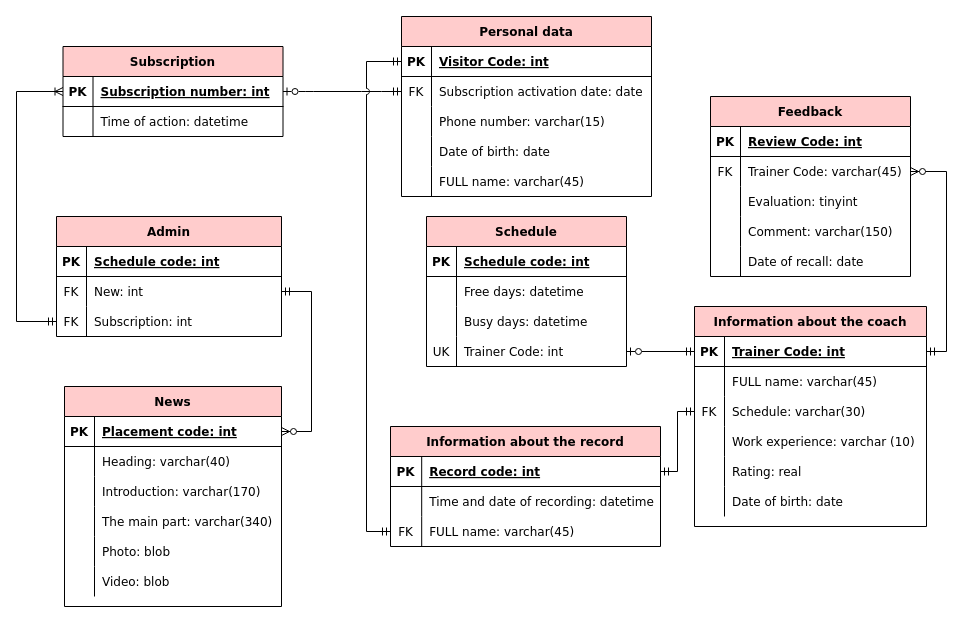
yuliapyrikova/- keeps this draw.io diagram as page "Page-2" (2 of 2) of Diagrams/ER3.drawio. Above is the earlier version. Source tidied: cells renumbered, new cells numbered last; positions are measured from the earlier drawing's top-left corner, leaving out a move shared by most shapes. Both pictures are drawn from the tidied source at 100%, with x=0, y=0 at pixel (16, 16).
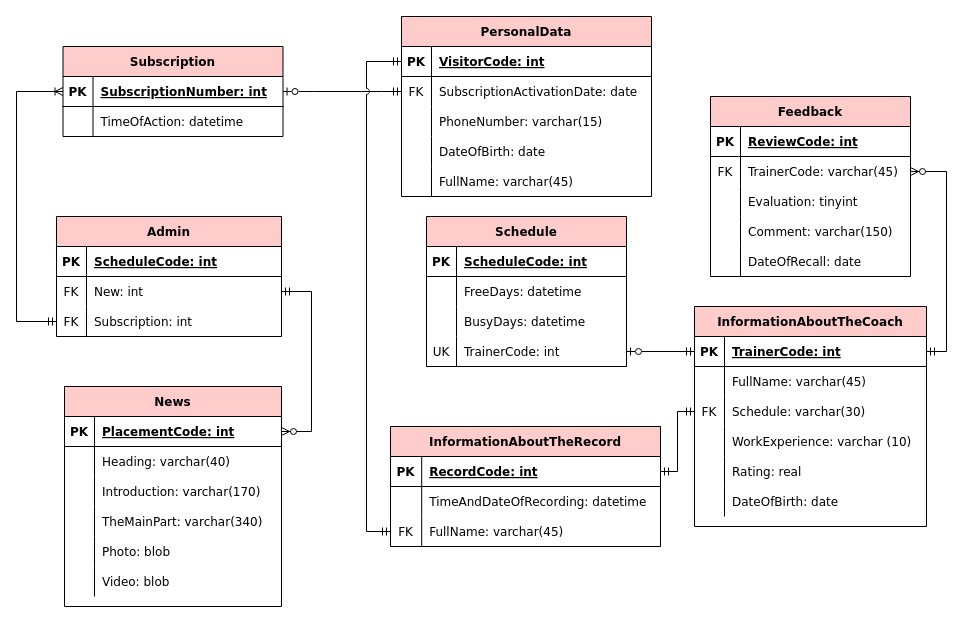
Above is the later version.

The change refers to these unchanged cells:
```xml
<mxCell id="3" style="shape=partialRectangle;fillColor=none;points=[[0,0.5],[1,0.5]];portConstraint=eastwest;top=0;left=0;right=0;bottom=1;strokeColor=#000000;fontColor=#000000;fontFamily=Verdana;" parent="2" vertex="1">
  <mxGeometry y="30" width="250" height="30" as="geometry" />
</mxCell>
<mxCell id="6" style="shape=partialRectangle;fillColor=none;points=[[0,0.5],[1,0.5]];portConstraint=eastwest;top=0;left=0;right=0;bottom=0;strokeColor=#000000;fontColor=#000000;fontFamily=Verdana;" parent="2" vertex="1">
  <mxGeometry y="60" width="250" height="30" as="geometry" />
</mxCell>
<mxCell id="9" style="shape=partialRectangle;fillColor=none;top=0;left=0;right=0;bottom=0;strokeColor=#000000;fontColor=#000000;fontFamily=Verdana;" parent="2" vertex="1">
  <mxGeometry y="90" width="250" height="30" as="geometry" />
</mxCell>
<mxCell id="12" style="shape=partialRectangle;fillColor=none;top=0;left=0;bottom=0;right=0;strokeColor=#000000;fontColor=#000000;fontFamily=Verdana;" parent="2" vertex="1">
  <mxGeometry y="120" width="250" height="30" as="geometry" />
</mxCell>
<mxCell id="15" style="shape=partialRectangle;fillColor=none;top=0;left=0;bottom=0;right=0;strokeColor=#000000;fontColor=#000000;fontFamily=Verdana;" parent="2" vertex="1">
  <mxGeometry y="150" width="250" height="30" as="geometry" />
</mxCell>
<mxCell id="19" style="shape=partialRectangle;fillColor=none;top=0;left=0;right=0;bottom=1;strokeColor=#000000;fontColor=#000000;fontFamily=Verdana;" parent="18" vertex="1">
  <mxGeometry y="30" width="200" height="30" as="geometry" />
</mxCell>
<mxCell id="22" style="shape=partialRectangle;fillColor=none;top=0;left=0;right=0;bottom=0;strokeColor=#000000;fontColor=#000000;fontFamily=Verdana;" parent="18" vertex="1">
  <mxGeometry y="60" width="200" height="30" as="geometry" />
</mxCell>
<mxCell id="25" style="shape=partialRectangle;fillColor=none;top=0;left=0;right=0;bottom=0;strokeColor=#000000;fontColor=#000000;fontFamily=Verdana;" parent="18" vertex="1">
  <mxGeometry y="90" width="200" height="30" as="geometry" />
</mxCell>
<mxCell id="28" style="shape=partialRectangle;fillColor=none;top=0;left=0;bottom=0;right=0;points=[[0,0.5],[1,0.5]];portConstraint=eastwest;strokeColor=#000000;fontColor=#000000;fontFamily=Verdana;" parent="18" vertex="1">
  <mxGeometry y="120" width="200" height="30" as="geometry" />
</mxCell>
<mxCell id="32" style="shape=partialRectangle;fillColor=none;points=[[0,0.5],[1,0.5]];portConstraint=eastwest;top=0;left=0;right=0;bottom=1;strokeColor=#000000;fontColor=#000000;fontFamily=Verdana;" parent="31" vertex="1">
  <mxGeometry y="30" width="220" height="30" as="geometry" />
</mxCell>
<mxCell id="35" style="shape=partialRectangle;fillColor=none;top=0;left=0;bottom=0;right=0;strokeColor=#000000;fontColor=#000000;fontFamily=Verdana;" parent="31" vertex="1">
  <mxGeometry y="60" width="220" height="30" as="geometry" />
</mxCell>
<mxCell id="40" style="shape=partialRectangle;fillColor=none;top=0;left=0;bottom=1;right=0;points=[[0,0.5],[1,0.5]];portConstraint=eastwest;strokeColor=#000000;fontColor=#000000;fontFamily=Verdana;" parent="39" vertex="1">
  <mxGeometry y="30" width="232" height="30" as="geometry" />
</mxCell>
<mxCell id="43" style="shape=partialRectangle;fillColor=none;top=0;left=0;bottom=0;right=0;strokeColor=#000000;fontColor=#000000;fontFamily=Verdana;" parent="39" vertex="1">
  <mxGeometry y="60" width="232" height="30" as="geometry" />
</mxCell>
<mxCell id="49" style="shape=partialRectangle;fillColor=none;top=0;left=0;bottom=0;right=0;strokeColor=#000000;fontColor=#000000;fontFamily=Verdana;" parent="39" vertex="1">
  <mxGeometry y="120" width="232" height="30" as="geometry" />
</mxCell>
<mxCell id="55" style="shape=partialRectangle;fillColor=none;top=0;left=0;bottom=0;right=0;strokeColor=#000000;fontColor=#000000;fontFamily=Verdana;" parent="39" vertex="1">
  <mxGeometry y="180" width="232" height="30" as="geometry" />
</mxCell>
<mxCell id="60" style="shape=partialRectangle;fillColor=none;top=0;left=0;bottom=1;right=0;strokeColor=#000000;fontColor=#000000;fontFamily=Verdana;" parent="59" vertex="1">
  <mxGeometry y="30" width="200" height="30" as="geometry" />
</mxCell>
<mxCell id="63" style="shape=partialRectangle;fillColor=none;top=0;left=0;bottom=0;right=0;points=[[0,0.5],[1,0.5]];portConstraint=eastwest;strokeColor=#000000;fontColor=#000000;fontFamily=Verdana;" parent="59" vertex="1">
  <mxGeometry y="60" width="200" height="30" as="geometry" />
</mxCell>
<mxCell id="72" style="shape=partialRectangle;fillColor=none;top=0;left=0;bottom=0;right=0;strokeColor=#000000;fontColor=#000000;fontFamily=Verdana;" parent="59" vertex="1">
  <mxGeometry y="150" width="200" height="30" as="geometry" />
</mxCell>
<mxCell id="76" style="shape=partialRectangle;fillColor=none;top=0;left=0;bottom=1;right=0;points=[[0,0.5],[1,0.5]];portConstraint=eastwest;strokeColor=#000000;fontColor=#000000;fontFamily=Verdana;" parent="75" vertex="1">
  <mxGeometry y="30" width="217" height="30" as="geometry" />
</mxCell>
<mxCell id="85" style="shape=partialRectangle;fillColor=none;top=0;left=0;bottom=0;right=0;fontFamily=Verdana;" parent="75" vertex="1">
  <mxGeometry y="120" width="217" height="30" as="geometry" />
</mxCell>
<mxCell id="96" style="shape=partialRectangle;fillColor=none;points=[[0,0.5],[1,0.5]];portConstraint=eastwest;top=0;left=0;right=0;bottom=1;strokeColor=#000000;fontColor=#000000;fontFamily=Verdana;" parent="95" vertex="1">
  <mxGeometry y="30" width="270" height="30" as="geometry" />
</mxCell>
<mxCell id="99" style="shape=partialRectangle;fillColor=none;top=0;left=0;bottom=0;right=0;strokeColor=#000000;fontColor=#000000;fontFamily=Verdana;" parent="95" vertex="1">
  <mxGeometry y="60" width="270" height="30" as="geometry" />
</mxCell>
<mxCell id="102" style="shape=partialRectangle;fillColor=none;top=0;left=0;bottom=0;right=0;points=[[0,0.5],[1,0.5]];portConstraint=eastwest;strokeColor=#000000;fontColor=#000000;fontFamily=Verdana;" parent="95" vertex="1">
  <mxGeometry y="90" width="270" height="30" as="geometry" />
</mxCell>
<mxCell id="107" style="shape=partialRectangle;fillColor=none;top=0;left=0;right=0;bottom=1;strokeColor=#000000;fontColor=#000000;fontFamily=Verdana;" parent="106" vertex="1">
  <mxGeometry y="30" width="225" height="30" as="geometry" />
</mxCell>
```

The edit, as a diff of the source:
```diff
@@
-    <mxCell id="2" value="Personal data" style="shape=table;startSize=30;childLayout=tableLayout;rowLines=0;fontStyle=1;align=center;fillColor=#FFCCCC;strokeColor=#000000;fontColor=#000000;fontFamily=Verdana;" parent="1" vertex="1">
+    <mxCell id="2" value="PersonalData" style="shape=table;startSize=30;childLayout=tableLayout;rowLines=0;fontStyle=1;align=center;fillColor=#FFCCCC;strokeColor=#000000;fontColor=#000000;fontFamily=Verdana;" parent="1" vertex="1">
       <mxGeometry x="385" width="250" height="180" as="geometry" />
     </mxCell>
@@
-    <mxCell id="5" value="Visitor Code: int" style="shape=partialRectangle;overflow=hidden;fillColor=none;top=0;left=0;bottom=0;right=0;align=left;spacingLeft=6;fontStyle=5;strokeColor=#000000;fontColor=#000000;fontFamily=Verdana;" parent="3" vertex="1">
+    <mxCell id="5" value="VisitorCode: int" style="shape=partialRectangle;overflow=hidden;fillColor=none;top=0;left=0;bottom=0;right=0;align=left;spacingLeft=6;fontStyle=5;strokeColor=#000000;fontColor=#000000;fontFamily=Verdana;" parent="3" vertex="1">
       <mxGeometry x="30" width="220" height="30" as="geometry" />
     </mxCell>
@@
-    <mxCell id="8" value="Subscription activation date: date" style="shape=partialRectangle;overflow=hidden;fillColor=none;top=0;left=0;bottom=0;right=0;align=left;spacingLeft=6;strokeColor=#000000;fontColor=#000000;fontFamily=Verdana;" parent="6" vertex="1">
+    <mxCell id="8" value="SubscriptionActivationDate: date" style="shape=partialRectangle;overflow=hidden;fillColor=none;top=0;left=0;bottom=0;right=0;align=left;spacingLeft=6;strokeColor=#000000;fontColor=#000000;fontFamily=Verdana;" parent="6" vertex="1">
       <mxGeometry x="30" width="220" height="30" as="geometry" />
     </mxCell>
@@
-    <mxCell id="11" value="Phone number: varchar(15)" style="shape=partialRectangle;overflow=hidden;fillColor=none;top=0;left=0;bottom=0;right=0;align=left;spacingLeft=6;strokeColor=#000000;fontColor=#000000;fontFamily=Verdana;" parent="9" vertex="1">
+    <mxCell id="11" value="PhoneNumber: varchar(15)" style="shape=partialRectangle;overflow=hidden;fillColor=none;top=0;left=0;bottom=0;right=0;align=left;spacingLeft=6;strokeColor=#000000;fontColor=#000000;fontFamily=Verdana;" parent="9" vertex="1">
       <mxGeometry x="30" width="220" height="30" as="geometry" />
     </mxCell>
@@
-    <mxCell id="14" value="Date of birth: date" style="shape=partialRectangle;fillColor=none;top=0;left=0;bottom=0;right=0;align=left;spacingLeft=6;overflow=hidden;strokeColor=#000000;fontColor=#000000;fontFamily=Verdana;" parent="12" vertex="1">
+    <mxCell id="14" value="DateOfBirth: date" style="shape=partialRectangle;fillColor=none;top=0;left=0;bottom=0;right=0;align=left;spacingLeft=6;overflow=hidden;strokeColor=#000000;fontColor=#000000;fontFamily=Verdana;" parent="12" vertex="1">
       <mxGeometry x="30" width="220" height="30" as="geometry" />
     </mxCell>
@@
-    <mxCell id="17" value="FULL name: varchar(45)" style="shape=partialRectangle;fillColor=none;top=0;left=0;bottom=0;right=0;align=left;spacingLeft=6;overflow=hidden;strokeColor=#000000;fontColor=#000000;fontFamily=Verdana;" parent="15" vertex="1">
+    <mxCell id="17" value="FullName: varchar(45)" style="shape=partialRectangle;fillColor=none;top=0;left=0;bottom=0;right=0;align=left;spacingLeft=6;overflow=hidden;strokeColor=#000000;fontColor=#000000;fontFamily=Verdana;" parent="15" vertex="1">
       <mxGeometry x="30" width="220" height="30" as="geometry" />
     </mxCell>
@@
-    <mxCell id="21" value="Schedule code: int" style="shape=partialRectangle;overflow=hidden;fillColor=none;top=0;left=0;bottom=0;right=0;align=left;spacingLeft=6;fontStyle=5;strokeColor=#000000;fontColor=#000000;fontFamily=Verdana;" parent="19" vertex="1">
+    <mxCell id="21" value="ScheduleCode: int" style="shape=partialRectangle;overflow=hidden;fillColor=none;top=0;left=0;bottom=0;right=0;align=left;spacingLeft=6;fontStyle=5;strokeColor=#000000;fontColor=#000000;fontFamily=Verdana;" parent="19" vertex="1">
       <mxGeometry x="30" width="170" height="30" as="geometry" />
     </mxCell>
@@
-    <mxCell id="24" value="Free days: datetime" style="shape=partialRectangle;overflow=hidden;fillColor=none;top=0;left=0;bottom=0;right=0;align=left;spacingLeft=6;strokeColor=#000000;fontColor=#000000;fontFamily=Verdana;" parent="22" vertex="1">
+    <mxCell id="24" value="FreeDays: datetime" style="shape=partialRectangle;overflow=hidden;fillColor=none;top=0;left=0;bottom=0;right=0;align=left;spacingLeft=6;strokeColor=#000000;fontColor=#000000;fontFamily=Verdana;" parent="22" vertex="1">
       <mxGeometry x="30" width="170" height="30" as="geometry" />
     </mxCell>
@@
-    <mxCell id="27" value="Busy days: datetime" style="shape=partialRectangle;overflow=hidden;fillColor=none;top=0;left=0;bottom=0;right=0;align=left;spacingLeft=6;strokeColor=#000000;fontColor=#000000;fontFamily=Verdana;" parent="25" vertex="1">
+    <mxCell id="27" value="BusyDays: datetime" style="shape=partialRectangle;overflow=hidden;fillColor=none;top=0;left=0;bottom=0;right=0;align=left;spacingLeft=6;strokeColor=#000000;fontColor=#000000;fontFamily=Verdana;" parent="25" vertex="1">
       <mxGeometry x="30" width="170" height="30" as="geometry" />
     </mxCell>
@@
-    <mxCell id="30" value="Trainer Code: int" style="shape=partialRectangle;fillColor=none;top=0;left=0;bottom=0;right=0;align=left;spacingLeft=6;overflow=hidden;strokeColor=#000000;fontColor=#000000;fontFamily=Verdana;" parent="28" vertex="1">
+    <mxCell id="30" value="TrainerCode: int" style="shape=partialRectangle;fillColor=none;top=0;left=0;bottom=0;right=0;align=left;spacingLeft=6;overflow=hidden;strokeColor=#000000;fontColor=#000000;fontFamily=Verdana;" parent="28" vertex="1">
       <mxGeometry x="30" width="170" height="30" as="geometry" />
     </mxCell>
@@
-    <mxCell id="34" value="Subscription number: int" style="shape=partialRectangle;overflow=hidden;fillColor=none;top=0;left=0;bottom=0;right=0;align=left;spacingLeft=6;fontStyle=5;strokeColor=#000000;fontColor=#000000;fontFamily=Verdana;" parent="32" vertex="1">
+    <mxCell id="34" value="SubscriptionNumber: int" style="shape=partialRectangle;overflow=hidden;fillColor=none;top=0;left=0;bottom=0;right=0;align=left;spacingLeft=6;fontStyle=5;strokeColor=#000000;fontColor=#000000;fontFamily=Verdana;" parent="32" vertex="1">
       <mxGeometry x="30" width="190" height="30" as="geometry" />
     </mxCell>
@@
-    <mxCell id="37" value="Time of action: datetime" style="shape=partialRectangle;fillColor=none;top=0;left=0;bottom=0;right=0;align=left;spacingLeft=6;overflow=hidden;strokeColor=#000000;fontColor=#000000;fontFamily=Verdana;" parent="35" vertex="1">
+    <mxCell id="37" value="TimeOfAction: datetime" style="shape=partialRectangle;fillColor=none;top=0;left=0;bottom=0;right=0;align=left;spacingLeft=6;overflow=hidden;strokeColor=#000000;fontColor=#000000;fontFamily=Verdana;" parent="35" vertex="1">
       <mxGeometry x="30" width="190" height="30" as="geometry" />
     </mxCell>
@@
-    <mxCell id="39" value="Information about the coach" style="shape=table;startSize=30;childLayout=tableLayout;rowLines=0;fontStyle=1;align=center;fillColor=#FFCCCC;strokeColor=#000000;fontColor=#000000;fontFamily=Verdana;" parent="1" vertex="1">
+    <mxCell id="39" value="InformationAboutTheCoach" style="shape=table;startSize=30;childLayout=tableLayout;rowLines=0;fontStyle=1;align=center;fillColor=#FFCCCC;strokeColor=#000000;fontColor=#000000;fontFamily=Verdana;" parent="1" vertex="1">
       <mxGeometry x="678" y="290" width="232" height="220" as="geometry" />
     </mxCell>
@@
-    <mxCell id="42" value="Trainer Code: int" style="shape=partialRectangle;fillColor=none;top=0;left=0;bottom=0;right=0;align=left;spacingLeft=6;fontStyle=5;overflow=hidden;strokeColor=#000000;fontColor=#000000;fontFamily=Verdana;" parent="40" vertex="1">
+    <mxCell id="42" value="TrainerCode: int" style="shape=partialRectangle;fillColor=none;top=0;left=0;bottom=0;right=0;align=left;spacingLeft=6;fontStyle=5;overflow=hidden;strokeColor=#000000;fontColor=#000000;fontFamily=Verdana;" parent="40" vertex="1">
       <mxGeometry x="30" width="202" height="30" as="geometry" />
     </mxCell>
@@
-    <mxCell id="45" value="FULL name: varchar(45)" style="shape=partialRectangle;fillColor=none;top=0;left=0;bottom=0;right=0;align=left;spacingLeft=6;overflow=hidden;strokeColor=#000000;fontColor=#000000;fontFamily=Verdana;" parent="43" vertex="1">
+    <mxCell id="45" value="FullName: varchar(45)" style="shape=partialRectangle;fillColor=none;top=0;left=0;bottom=0;right=0;align=left;spacingLeft=6;overflow=hidden;strokeColor=#000000;fontColor=#000000;fontFamily=Verdana;" parent="43" vertex="1">
       <mxGeometry x="30" width="202" height="30" as="geometry" />
     </mxCell>
@@
-    <mxCell id="51" value="Work experience: varchar (10)" style="shape=partialRectangle;fillColor=none;top=0;left=0;bottom=0;right=0;align=left;spacingLeft=6;overflow=hidden;strokeColor=#000000;fontColor=#000000;fontFamily=Verdana;" parent="49" vertex="1">
+    <mxCell id="51" value="WorkExperience: varchar (10)" style="shape=partialRectangle;fillColor=none;top=0;left=0;bottom=0;right=0;align=left;spacingLeft=6;overflow=hidden;strokeColor=#000000;fontColor=#000000;fontFamily=Verdana;" parent="49" vertex="1">
       <mxGeometry x="30" width="202" height="30" as="geometry" />
     </mxCell>
@@
-    <mxCell id="57" value="Date of birth: date" style="shape=partialRectangle;fillColor=none;top=0;left=0;bottom=0;right=0;align=left;spacingLeft=6;overflow=hidden;strokeColor=#000000;fontColor=#000000;fontFamily=Verdana;" parent="55" vertex="1">
+    <mxCell id="57" value="DateOfBirth: date" style="shape=partialRectangle;fillColor=none;top=0;left=0;bottom=0;right=0;align=left;spacingLeft=6;overflow=hidden;strokeColor=#000000;fontColor=#000000;fontFamily=Verdana;" parent="55" vertex="1">
       <mxGeometry x="30" width="202" height="30" as="geometry" />
     </mxCell>
@@
-    <mxCell id="62" value="Review Code: int" style="shape=partialRectangle;fillColor=none;top=0;left=0;bottom=0;right=0;align=left;spacingLeft=6;fontStyle=5;overflow=hidden;strokeColor=#000000;fontColor=#000000;fontFamily=Verdana;" parent="60" vertex="1">
+    <mxCell id="62" value="ReviewCode: int" style="shape=partialRectangle;fillColor=none;top=0;left=0;bottom=0;right=0;align=left;spacingLeft=6;fontStyle=5;overflow=hidden;strokeColor=#000000;fontColor=#000000;fontFamily=Verdana;" parent="60" vertex="1">
       <mxGeometry x="30" width="170" height="30" as="geometry" />
     </mxCell>
@@
-    <mxCell id="65" value="Trainer Code: varchar(45)" style="shape=partialRectangle;fillColor=none;top=0;left=0;bottom=0;right=0;align=left;spacingLeft=6;overflow=hidden;strokeColor=#000000;fontColor=#000000;fontFamily=Verdana;" parent="63" vertex="1">
+    <mxCell id="65" value="TrainerCode: varchar(45)" style="shape=partialRectangle;fillColor=none;top=0;left=0;bottom=0;right=0;align=left;spacingLeft=6;overflow=hidden;strokeColor=#000000;fontColor=#000000;fontFamily=Verdana;" parent="63" vertex="1">
       <mxGeometry x="30" width="170" height="30" as="geometry" />
     </mxCell>
@@
-    <mxCell id="74" value="Date of recall: date" style="shape=partialRectangle;fillColor=none;top=0;left=0;bottom=0;right=0;align=left;spacingLeft=6;overflow=hidden;strokeColor=#000000;fontColor=#000000;fontFamily=Verdana;" parent="72" vertex="1">
+    <mxCell id="74" value="DateOfRecall: date" style="shape=partialRectangle;fillColor=none;top=0;left=0;bottom=0;right=0;align=left;spacingLeft=6;overflow=hidden;strokeColor=#000000;fontColor=#000000;fontFamily=Verdana;" parent="72" vertex="1">
       <mxGeometry x="30" width="170" height="30" as="geometry" />
     </mxCell>
@@
-    <mxCell id="78" value="Placement code: int" style="shape=partialRectangle;fillColor=none;top=0;left=0;bottom=0;right=0;align=left;spacingLeft=6;fontStyle=5;overflow=hidden;strokeColor=#000000;fontColor=#000000;fontFamily=Verdana;" parent="76" vertex="1">
+    <mxCell id="78" value="PlacementCode: int" style="shape=partialRectangle;fillColor=none;top=0;left=0;bottom=0;right=0;align=left;spacingLeft=6;fontStyle=5;overflow=hidden;strokeColor=#000000;fontColor=#000000;fontFamily=Verdana;" parent="76" vertex="1">
       <mxGeometry x="30" width="187" height="30" as="geometry" />
     </mxCell>
@@
-    <mxCell id="87" value="The main part: varchar(340)" style="shape=partialRectangle;fillColor=none;top=0;left=0;bottom=0;right=0;align=left;spacingLeft=6;overflow=hidden;fontFamily=Verdana;" parent="85" vertex="1">
+    <mxCell id="87" value="TheMainPart: varchar(340)" style="shape=partialRectangle;fillColor=none;top=0;left=0;bottom=0;right=0;align=left;spacingLeft=6;overflow=hidden;fontFamily=Verdana;" parent="85" vertex="1">
       <mxGeometry x="30" width="187" height="30" as="geometry" />
     </mxCell>
@@
-    <mxCell id="95" value="Information about the record" style="shape=table;startSize=30;childLayout=tableLayout;rowLines=0;fontStyle=1;align=center;fillColor=#FFCCCC;strokeColor=#000000;fontColor=#000000;fontFamily=Verdana;" parent="1" vertex="1">
+    <mxCell id="95" value="InformationAboutTheRecord" style="shape=table;startSize=30;childLayout=tableLayout;rowLines=0;fontStyle=1;align=center;fillColor=#FFCCCC;strokeColor=#000000;fontColor=#000000;fontFamily=Verdana;" parent="1" vertex="1">
       <mxGeometry x="374" y="410" width="270" height="120" as="geometry" />
     </mxCell>
@@
-    <mxCell id="98" value="Record code: int" style="shape=partialRectangle;overflow=hidden;fillColor=none;top=0;left=0;bottom=0;right=0;align=left;spacingLeft=6;fontStyle=5;strokeColor=#000000;fontColor=#000000;fontFamily=Verdana;" parent="96" vertex="1">
+    <mxCell id="98" value="RecordCode: int" style="shape=partialRectangle;overflow=hidden;fillColor=none;top=0;left=0;bottom=0;right=0;align=left;spacingLeft=6;fontStyle=5;strokeColor=#000000;fontColor=#000000;fontFamily=Verdana;" parent="96" vertex="1">
       <mxGeometry x="31.2" width="238.8" height="30" as="geometry" />
     </mxCell>
@@
-    <mxCell id="101" value="Time and date of recording: datetime" style="shape=partialRectangle;fillColor=none;top=0;left=0;bottom=0;right=0;align=left;spacingLeft=6;overflow=hidden;strokeColor=#000000;fontColor=#000000;fontFamily=Verdana;" parent="99" vertex="1">
+    <mxCell id="101" value="TimeAndDateOfRecording: datetime" style="shape=partialRectangle;fillColor=none;top=0;left=0;bottom=0;right=0;align=left;spacingLeft=6;overflow=hidden;strokeColor=#000000;fontColor=#000000;fontFamily=Verdana;" parent="99" vertex="1">
       <mxGeometry x="31.2" width="238.8" height="30" as="geometry" />
     </mxCell>
@@
-    <mxCell id="104" value="FULL name: varchar(45)" style="shape=partialRectangle;fillColor=none;top=0;left=0;bottom=0;right=0;align=left;spacingLeft=6;overflow=hidden;strokeColor=#000000;fontColor=#000000;fontFamily=Verdana;" parent="102" vertex="1">
+    <mxCell id="104" value="FullName: varchar(45)" style="shape=partialRectangle;fillColor=none;top=0;left=0;bottom=0;right=0;align=left;spacingLeft=6;overflow=hidden;strokeColor=#000000;fontColor=#000000;fontFamily=Verdana;" parent="102" vertex="1">
       <mxGeometry x="31.2" width="238.8" height="30" as="geometry" />
     </mxCell>
@@
-    <mxCell id="109" value="Schedule code: int" style="shape=partialRectangle;overflow=hidden;fillColor=none;top=0;left=0;bottom=0;right=0;align=left;spacingLeft=6;fontStyle=5;strokeColor=#000000;fontColor=#000000;fontFamily=Verdana;" parent="107" vertex="1">
+    <mxCell id="109" value="ScheduleCode: int" style="shape=partialRectangle;overflow=hidden;fillColor=none;top=0;left=0;bottom=0;right=0;align=left;spacingLeft=6;fontStyle=5;strokeColor=#000000;fontColor=#000000;fontFamily=Verdana;" parent="107" vertex="1">
       <mxGeometry x="30" width="195" height="30" as="geometry" />
     </mxCell>
```
